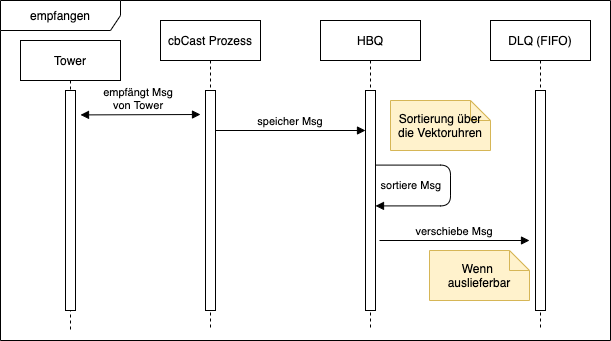
This is Diagramme/export/Theorie/Sequenz_empfangen.png from krisschaaf/BAI5_VS, a draw.io export, as it was before one commit. Source tidied: cells renumbered, new cells last; positions are measured from the earlier drawing's top-left corner, leaving out a move shared by most shapes.
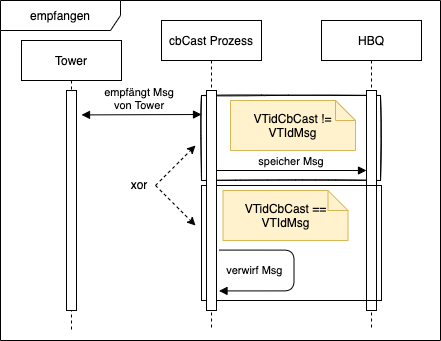
Above is the later version.

Change to the diagram source:
```diff
@@ -2,69 +2,78 @@
   <root>
     <mxCell id="0" />
     <mxCell id="1" parent="0" />
-    <mxCell id="2" style="group;sketch=0;" parent="1" vertex="1">
-      <mxGeometry width="610" height="340" as="geometry" />
-    </mxCell>
+    <mxCell id="18" style="group;" parent="1" vertex="1">
+      <mxGeometry x="-10" y="10" width="440" height="340" as="geometry" />
+    </mxCell>
+    <mxCell id="19" style="rounded=0;whiteSpace=wrap;html=1;sketch=1;gradientColor=none;fillColor=none;" parent="18" vertex="1">
+      <mxGeometry x="201" y="95" width="179" height="85" as="geometry" />
+    </mxCell>
-    <mxCell id="3" value="empfangen" style="shape=umlFrame;whiteSpace=wrap;html=1;sketch=0;width=120;height=30;" parent="2" vertex="1">
-      <mxGeometry width="610" height="340" as="geometry" />
+    <mxCell id="3" value="empfangen" style="shape=umlFrame;whiteSpace=wrap;html=1;sketch=0;width=120;height=30;" parent="18" vertex="1">
+      <mxGeometry width="440" height="340" as="geometry" />
     </mxCell>
-    <mxCell id="4" value="Tower" style="shape=umlLifeline;perimeter=lifelinePerimeter;rounded=0;shadow=0;strokeWidth=1;sketch=0;" parent="2" vertex="1">
-      <mxGeometry x="20" y="40" width="100" height="290" as="geometry" />
+    <mxCell id="4" value="Tower" style="shape=umlLifeline;perimeter=lifelinePerimeter;rounded=0;shadow=0;strokeWidth=1;sketch=0;" parent="18" vertex="1">
+      <mxGeometry x="21" y="40" width="100" height="290" as="geometry" />
     </mxCell>
     <mxCell id="5" style="perimeter=orthogonalPerimeter;rounded=0;shadow=0;strokeWidth=1;sketch=0;" parent="4" vertex="1">
       <mxGeometry x="45" y="50" width="10" height="220" as="geometry" />
     </mxCell>
-    <mxCell id="6" value="HBQ" style="shape=umlLifeline;perimeter=lifelinePerimeter;rounded=0;shadow=0;strokeWidth=1;sketch=0;" parent="2" vertex="1">
-      <mxGeometry x="320" y="20" width="100" height="310" as="geometry" />
+    <mxCell id="6" value="HBQ" style="shape=umlLifeline;perimeter=lifelinePerimeter;rounded=0;shadow=0;strokeWidth=1;sketch=0;" parent="18" vertex="1">
+      <mxGeometry x="321" y="20" width="100" height="310" as="geometry" />
     </mxCell>
-    <mxCell id="7" style="perimeter=orthogonalPerimeter;rounded=0;shadow=0;strokeWidth=1;sketch=0;" parent="6" vertex="1">
-      <mxGeometry x="45" y="70" width="10" height="220" as="geometry" />
-    </mxCell>
-    <mxCell id="8" value="DLQ (FIFO)" style="shape=umlLifeline;perimeter=lifelinePerimeter;rounded=0;shadow=0;strokeWidth=1;sketch=0;" parent="2" vertex="1">
-      <mxGeometry x="490" y="20" width="100" height="310" as="geometry" />
-    </mxCell>
-    <mxCell id="9" style="perimeter=orthogonalPerimeter;rounded=0;shadow=0;strokeWidth=1;sketch=0;" parent="8" vertex="1">
-      <mxGeometry x="45" y="70" width="10" height="220" as="geometry" />
-    </mxCell>
+    <mxCell id="20" style="perimeter=orthogonalPerimeter;rounded=0;shadow=0;strokeWidth=1;sketch=0;" parent="6" vertex="1">
+      <mxGeometry x="45" y="70" width="10" height="220" as="geometry" />
+    </mxCell>
+    <mxCell id="21" style="rounded=0;whiteSpace=wrap;html=1;sketch=0;gradientColor=none;fillColor=none;" parent="6" vertex="1">
+      <mxGeometry x="-120" y="165" width="180" height="115" as="geometry" />
+    </mxCell>
-    <mxCell id="10" value="cbCast Prozess" style="shape=umlLifeline;perimeter=lifelinePerimeter;rounded=0;shadow=0;strokeWidth=1;sketch=0;" parent="2" vertex="1">
-      <mxGeometry x="160" y="20" width="100" height="310" as="geometry" />
+    <mxCell id="10" value="cbCast Prozess" style="shape=umlLifeline;perimeter=lifelinePerimeter;rounded=0;shadow=0;strokeWidth=1;sketch=0;" parent="18" vertex="1">
+      <mxGeometry x="161" y="20" width="100" height="310" as="geometry" />
     </mxCell>
-    <mxCell id="11" style="perimeter=orthogonalPerimeter;rounded=0;shadow=0;strokeWidth=1;sketch=0;" parent="10" vertex="1">
-      <mxGeometry x="45" y="70" width="10" height="220" as="geometry" />
-    </mxCell>
+    <mxCell id="22" style="perimeter=orthogonalPerimeter;rounded=0;shadow=0;strokeWidth=1;sketch=0;" parent="10" vertex="1">
+      <mxGeometry x="45" y="70" width="10" height="220" as="geometry" />
+    </mxCell>
+    <mxCell id="23" style="endArrow=classic;html=1;rounded=0;dashed=1;sketch=0;jumpStyle=none;jumpSize=6;" parent="10" edge="1">
+      <mxGeometry relative="1" as="geometry">
+        <mxPoint x="-6" y="165" as="sourcePoint" />
+        <mxPoint x="34" y="125" as="targetPoint" />
+      </mxGeometry>
+    </mxCell>
+    <mxCell id="24" style="endArrow=classic;html=1;rounded=0;dashed=1;sketch=0;jumpStyle=none;jumpSize=6;" parent="10" edge="1">
+      <mxGeometry relative="1" as="geometry">
+        <mxPoint x="-6" y="165" as="sourcePoint" />
+        <mxPoint x="34" y="205" as="targetPoint" />
+      </mxGeometry>
+    </mxCell>
+    <mxCell id="25" value="verwirf Msg" style="verticalAlign=bottom;endArrow=block;shadow=0;strokeWidth=1;entryX=1;entryY=0.786;entryDx=0;entryDy=0;entryPerimeter=0;edgeStyle=orthogonalEdgeStyle;sketch=0;" parent="18" edge="1">
+      <mxGeometry x="0.63" y="-11" relative="1" as="geometry">
+        <mxPoint x="218.5" y="249.6" as="sourcePoint" />
+        <mxPoint x="218.5" y="290.4" as="targetPoint" />
+        <Array as="points">
+          <mxPoint x="293.5" y="249.6" />
+          <mxPoint x="293.5" y="290.6" />
+        </Array>
+      </mxGeometry>
+    </mxCell>
+    <mxCell id="26" value="VTidCbCast != VTIdMsg" style="shape=note;size=20;whiteSpace=wrap;html=1;fillColor=#fff2cc;strokeColor=#d6b656;sketch=0;" parent="18" vertex="1">
+      <mxGeometry x="230" y="100" width="125" height="50" as="geometry" />
+    </mxCell>
+    <mxCell id="17" value="empfängt Msg &#10;von Tower" style="verticalAlign=bottom;endArrow=block;shadow=0;strokeWidth=1;sketch=0;startArrow=block;startFill=1;" parent="18" edge="1">
+      <mxGeometry x="0.04" relative="1" as="geometry">
+        <mxPoint x="201" y="114" as="sourcePoint" />
+        <mxPoint x="81" y="114.4" as="targetPoint" />
+      </mxGeometry>
+    </mxCell>
-    <mxCell id="12" value="speicher Msg" style="verticalAlign=bottom;endArrow=block;shadow=0;strokeWidth=1;sketch=0;" parent="10" edge="1">
+    <mxCell id="12" value="speicher Msg" style="verticalAlign=bottom;endArrow=block;shadow=0;strokeWidth=1;sketch=0;" parent="18" edge="1">
       <mxGeometry relative="1" as="geometry">
-        <mxPoint x="55" y="110" as="sourcePoint" />
-        <mxPoint x="205" y="110" as="targetPoint" />
+        <mxPoint x="216" y="170" as="sourcePoint" />
+        <mxPoint x="366" y="170" as="targetPoint" />
       </mxGeometry>
     </mxCell>
-    <mxCell id="13" value="sortiere Msg" style="verticalAlign=bottom;endArrow=block;shadow=0;strokeWidth=1;entryX=1;entryY=0.786;entryDx=0;entryDy=0;entryPerimeter=0;edgeStyle=orthogonalEdgeStyle;sketch=0;" parent="2" edge="1">
-      <mxGeometry x="0.63" y="-11" relative="1" as="geometry">
-        <mxPoint x="375" y="164.6" as="sourcePoint" />
-        <mxPoint x="375" y="205.4" as="targetPoint" />
-        <Array as="points">
-          <mxPoint x="450" y="164.6" />
-          <mxPoint x="450" y="205.6" />
-        </Array>
-      </mxGeometry>
-    </mxCell>
-    <mxCell id="14" value="Sortierung über die Vektoruhren" style="shape=note;size=20;whiteSpace=wrap;html=1;fillColor=#fff2cc;strokeColor=#d6b656;sketch=0;" parent="2" vertex="1">
-      <mxGeometry x="390" y="100" width="100" height="50" as="geometry" />
-    </mxCell>
-    <mxCell id="15" value="verschiebe Msg" style="verticalAlign=bottom;endArrow=block;shadow=0;strokeWidth=1;sketch=0;" parent="2" edge="1">
-      <mxGeometry relative="1" as="geometry">
-        <mxPoint x="379" y="240" as="sourcePoint" />
-        <mxPoint x="529" y="240" as="targetPoint" />
-      </mxGeometry>
-    </mxCell>
-    <mxCell id="16" value="Wenn &lt;br&gt;auslieferbar" style="shape=note;size=20;whiteSpace=wrap;html=1;fillColor=#fff2cc;strokeColor=#d6b656;sketch=0;" parent="2" vertex="1">
-      <mxGeometry x="429" y="250" width="100" height="50" as="geometry" />
-    </mxCell>
-    <mxCell id="17" value="empfängt Msg &#10;von Tower" style="verticalAlign=bottom;endArrow=block;shadow=0;strokeWidth=1;sketch=0;startArrow=block;startFill=1;" parent="2" edge="1">
-      <mxGeometry x="0.04" relative="1" as="geometry">
-        <mxPoint x="200" y="114" as="sourcePoint" />
-        <mxPoint x="80" y="114.4" as="targetPoint" />
-      </mxGeometry>
-    </mxCell>
+    <mxCell id="27" value="VTidCbCast == VTIdMsg" style="shape=note;size=20;whiteSpace=wrap;html=1;fillColor=#fff2cc;strokeColor=#d6b656;sketch=0;" parent="18" vertex="1">
+      <mxGeometry x="222.5" y="190" width="125" height="50" as="geometry" />
+    </mxCell>
+    <mxCell id="28" value="xor" style="text;html=1;strokeColor=none;fillColor=none;align=center;verticalAlign=middle;whiteSpace=wrap;rounded=0;sketch=0;" parent="18" vertex="1">
+      <mxGeometry x="109" y="169" width="60" height="30" as="geometry" />
+    </mxCell>
   </root>
 </mxGraphModel>
```
